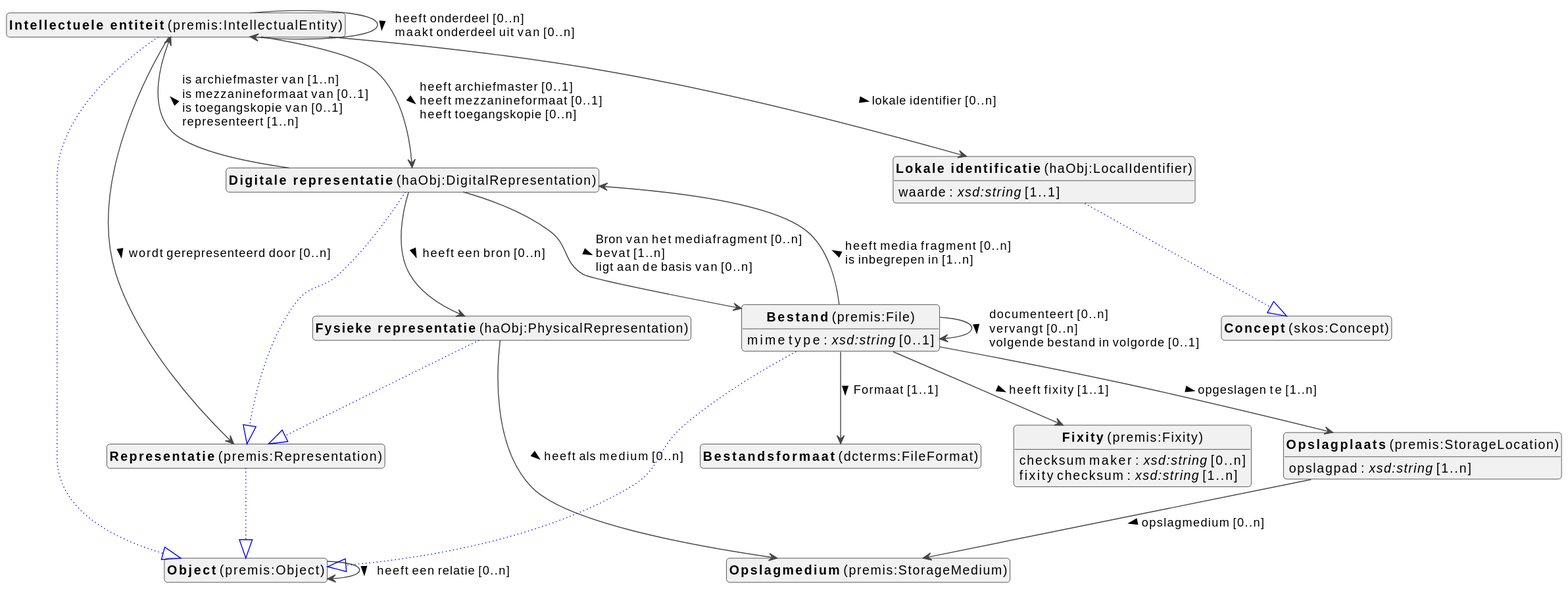
viaacode/documentation-jekyll keeps this PlantUML diagram as docs/metadata/knowledge-graph/0.0.1/object/nl/object-diagram.svg. Above is the earlier version.
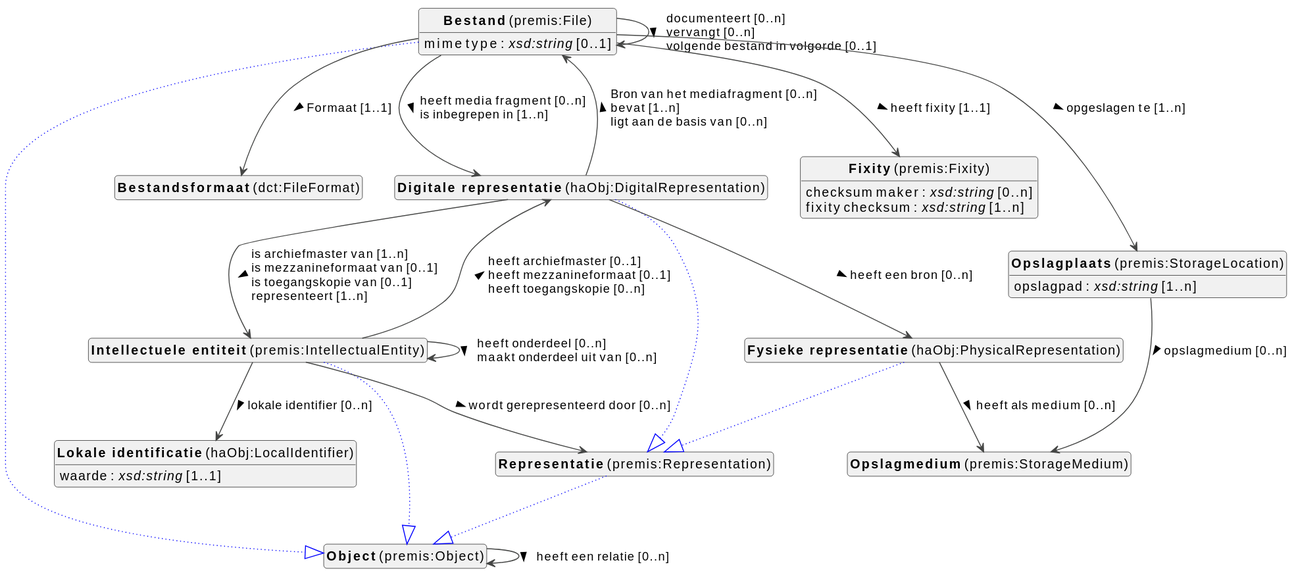
Above is the later version.

Diff of the diagram source:
```diff
@@ -10,26 +10,49 @@
 top to bottom direction
 
 
+class "<b>Bestand</b> (premis:File)" as premis_File [[#premis%3AFile]]
 class "<b>Object</b> (premis:Object)" as premis_Object [[#premis%3AObject]]
+class "<b>Bestandsformaat</b> (dct:FileFormat)" as dct_FileFormat [[#dct%3AFileFormat]]
+class "<b>Digitale representatie</b> (haObj:DigitalRepresentation)" as haObj_DigitalRepresentation [[#haObj%3ADigitalRepresentation]]
+class "<b>Representatie</b> (premis:Representation)" as premis_Representation [[#premis%3ARepresentation]]
+class "<b>Fixity</b> (premis:Fixity)" as premis_Fixity [[#premis%3AFixity]]
+class "<b>Fysieke representatie</b> (haObj:PhysicalRepresentation)" as haObj_PhysicalRepresentation [[#haObj%3APhysicalRepresentation]]
+class "<b>Representatie</b> (premis:Representation)" as premis_Representation [[#premis%3ARepresentation]]
 class "<b>Intellectuele entiteit</b> (premis:IntellectualEntity)" as premis_IntellectualEntity [[#premis%3AIntellectualEntity]]
 class "<b>Object</b> (premis:Object)" as premis_Object [[#premis%3AObject]]
-class "<b>Fysieke representatie</b> (haObj:PhysicalRepresentation)" as haObj_PhysicalRepresentation [[#haObj%3APhysicalRepresentation]]
-class "<b>Representatie</b> (premis:Representation)" as premis_Representation [[#premis%3ARepresentation]]
-class "<b>Digitale representatie</b> (haObj:DigitalRepresentation)" as haObj_DigitalRepresentation [[#haObj%3ADigitalRepresentation]]
-class "<b>Representatie</b> (premis:Representation)" as premis_Representation [[#premis%3ARepresentation]]
-class "<b>Bestand</b> (premis:File)" as premis_File [[#premis%3AFile]]
+class "<b>Lokale identificatie</b> (haObj:LocalIdentifier)" as haObj_LocalIdentifier [[#haObj%3ALocalIdentifier]]
 class "<b>Object</b> (premis:Object)" as premis_Object [[#premis%3AObject]]
-class "<b>Fixity</b> (premis:Fixity)" as premis_Fixity [[#premis%3AFixity]]
+class "<b>Opslagmedium</b> (premis:StorageMedium)" as premis_StorageMedium [[#premis%3AStorageMedium]]
 class "<b>Opslagplaats</b> (premis:StorageLocation)" as premis_StorageLocation [[#premis%3AStorageLocation]]
-class "<b>Lokale identificatie</b> (haObj:LocalIdentifier)" as haObj_LocalIdentifier [[#haObj%3ALocalIdentifier]]
-class "<b>Concept</b> (skos:Concept)" as skos_Concept [[#skos%3AConcept]]
-class "<b>Opslagmedium</b> (premis:StorageMedium)" as premis_StorageMedium [[#premis%3AStorageMedium]]
-class "<b>Bestandsformaat</b> (dcterms:FileFormat)" as dcterms_FileFormat [[#dcterms%3AFileFormat]]
 class "<b>Representatie</b> (premis:Representation)" as premis_Representation [[#premis%3ARepresentation]]
 class "<b>Object</b> (premis:Object)" as premis_Object [[#premis%3AObject]]
 
+premis_File --|> premis_Object #blue;line.dotted;text:blue
 
-premis_Object --> premis_Object :heeft een relatie [0..n]  >
+premis_File : mime type : <i>xsd:string</i> [0..1]
+premis_File --> dct_FileFormat :Formaat [1..1]  >
+premis_File --> haObj_DigitalRepresentation :heeft media fragment [0..n]  \lis inbegrepen in [1..n]  >
+premis_File --> premis_File :documenteert [0..n]  \lvervangt [0..n]  \lvolgende bestand in volgorde [0..1]  >
+premis_File --> premis_Fixity :heeft fixity [1..1]  >
+premis_File --> premis_StorageLocation :opgeslagen te [1..n]  >
+
+
+
+
+haObj_DigitalRepresentation --|> premis_Representation #blue;line.dotted;text:blue
+
+haObj_DigitalRepresentation --> haObj_PhysicalRepresentation :heeft een bron [0..n]  >
+haObj_DigitalRepresentation --> premis_File :Bron van het mediafragment [0..n]  \lbevat [1..n]  \lligt aan de basis van [0..n]  >
+haObj_DigitalRepresentation --> premis_IntellectualEntity :is archiefmaster van [1..n]  \lis mezzanineformaat van [0..1]  \lis toegangskopie van [0..1]  \lrepresenteert [1..n]  >
+
+
+premis_Fixity : checksum maker : <i>xsd:string</i> [0..n]
+premis_Fixity : fixity checksum : <i>xsd:string</i> [1..n]
+
+
+haObj_PhysicalRepresentation --|> premis_Representation #blue;line.dotted;text:blue
+
+haObj_PhysicalRepresentation --> premis_StorageMedium :heeft als medium [0..n]  >
 
 premis_IntellectualEntity --|> premis_Object #blue;line.dotted;text:blue
 
@@ -38,43 +61,18 @@
 premis_IntellectualEntity --> premis_IntellectualEntity :heeft onderdeel [0..n]  \lmaakt onderdeel uit van [0..n]  >
 premis_IntellectualEntity --> premis_Representation :wordt gerepresenteerd door [0..n]  >
 
-haObj_PhysicalRepresentation --|> premis_Representation #blue;line.dotted;text:blue
 
-haObj_PhysicalRepresentation --> premis_StorageMedium :heeft als medium [0..n]  >
-
-haObj_DigitalRepresentation --|> premis_Representation #blue;line.dotted;text:blue
-
-haObj_DigitalRepresentation --> haObj_PhysicalRepresentation :heeft een bron [0..n]  >
-haObj_DigitalRepresentation --> premis_File :Bron van het mediafragment [0..n]  \lbevat [1..n]  \lligt aan de basis van [0..n]  >
-haObj_DigitalRepresentation --> premis_IntellectualEntity :is archiefmaster van [1..n]  \lis mezzanineformaat van [0..1]  \lis toegangskopie van [0..1]  \lrepresenteert [1..n]  >
-
-premis_File --|> premis_Object #blue;line.dotted;text:blue
-
-premis_File : mime type : <i>xsd:string</i> [0..1]
-premis_File --> dcterms_FileFormat :Formaat [1..1]  >
-premis_File --> haObj_DigitalRepresentation :heeft media fragment [0..n]  \lis inbegrepen in [1..n]  >
-premis_File --> premis_File :documenteert [0..n]  \lvervangt [0..n]  \lvolgende bestand in volgorde [0..1]  >
-premis_File --> premis_Fixity :heeft fixity [1..1]  >
-premis_File --> premis_StorageLocation :opgeslagen te [1..n]  >
+haObj_LocalIdentifier : waarde : <i>xsd:string</i> [1..1]
 
 
 
-premis_Fixity : checksum maker : <i>xsd:string</i> [0..n]
-premis_Fixity : fixity checksum : <i>xsd:string</i> [1..n]
+premis_Object --> premis_Object :heeft een relatie [0..n]  >
+
 
 
 
 premis_StorageLocation : opslagpad : <i>xsd:string</i> [1..n]
 premis_StorageLocation --> premis_StorageMedium :opslagmedium [0..n]  >
-
-
-haObj_LocalIdentifier --|> skos_Concept #blue;line.dotted;text:blue
-
-haObj_LocalIdentifier : waarde : <i>xsd:string</i> [1..1]
-
-
-
-
 
 
 premis_Representation --|> premis_Object #blue;line.dotted;text:blue
```
